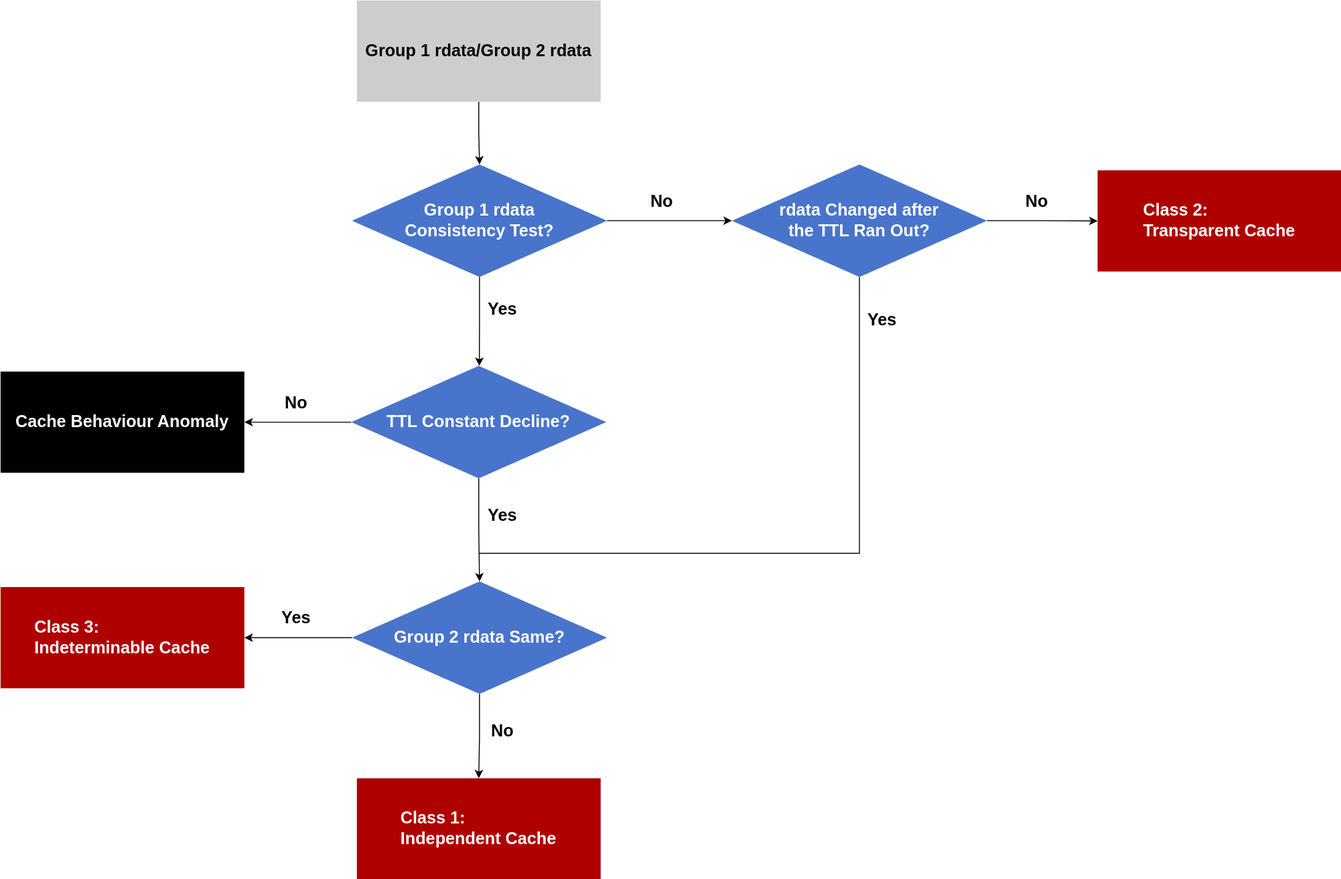
The draw.io diagram 流程图.svg in pythontha/Forwarder-cache, before a commit. Source tidied: cells renumbered, new cells last; positions are measured from the earlier drawing's top-left corner, leaving out a move shared by most shapes.
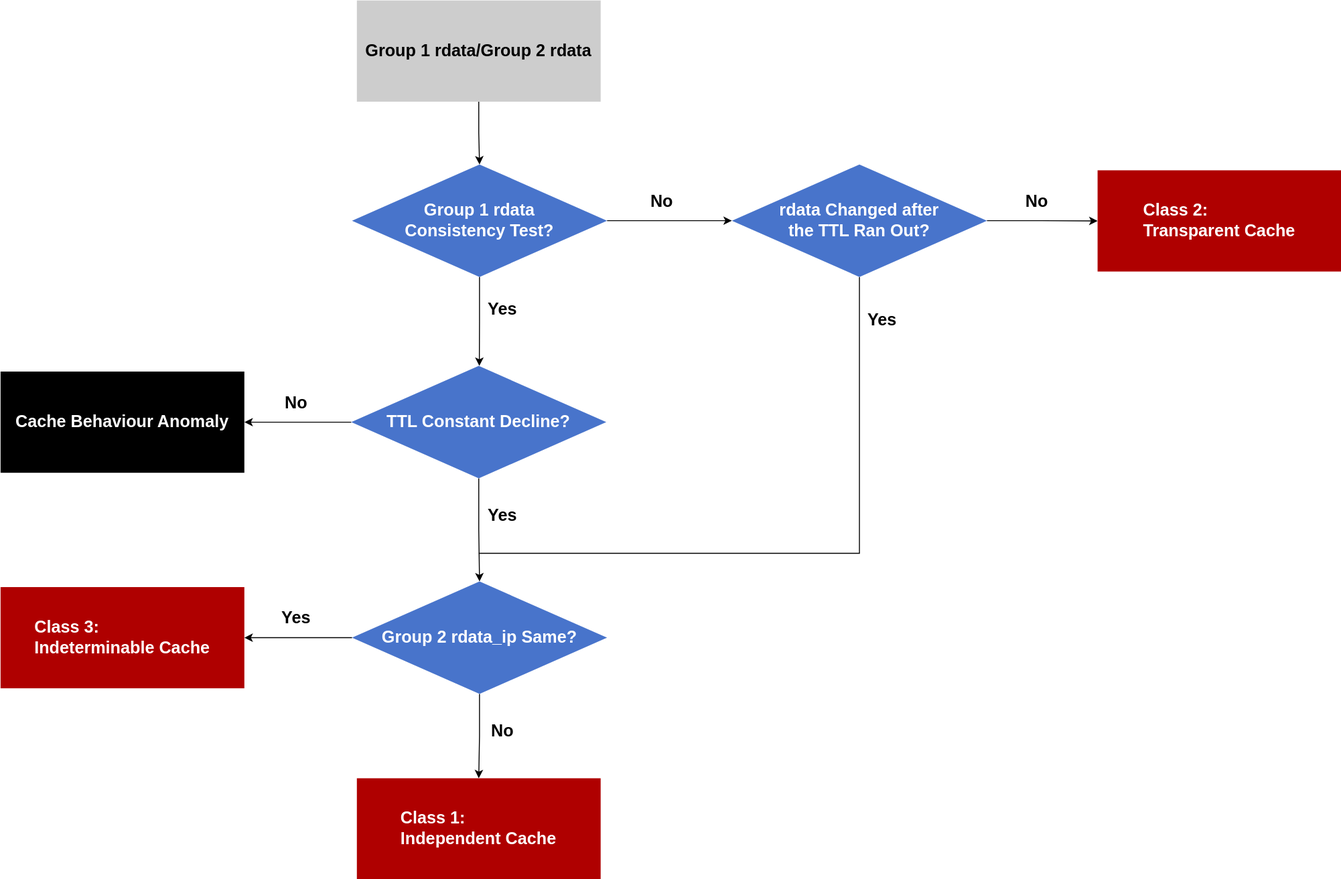
After the change.

Commit message:
更新流程图.svg

Change to the diagram source:
```diff
@@ -14,7 +14,7 @@
     <mxCell id="5" style="edgeStyle=orthogonalEdgeStyle;rounded=0;jettySize=auto;html=1;" parent="1" edge="1" source="6" target="24">
       <mxGeometry relative="1" as="geometry" />
     </mxCell>
-    <mxCell id="6" value="&lt;span style=&quot;font-size: 18px;&quot;&gt;&lt;b&gt;&lt;font style=&quot;color: light-dark(rgb(255, 255, 255), rgb(237, 237, 237));&quot;&gt;Group 2 rdata Same?&lt;/font&gt;&lt;/b&gt;&lt;/span&gt;" style="rhombus;whiteSpace=wrap;html=1;rounded=0;strokeColor=none;fillColor=light-dark(#4874cb, #ededed);" parent="1" vertex="1">
+    <mxCell id="6" value="&lt;span style=&quot;font-size: 18px;&quot;&gt;&lt;b&gt;&lt;font style=&quot;color: light-dark(rgb(255, 255, 255), rgb(237, 237, 237));&quot;&gt;Group 2 rdata_ip Same?&lt;/font&gt;&lt;/b&gt;&lt;/span&gt;" style="rhombus;whiteSpace=wrap;html=1;rounded=0;strokeColor=none;fillColor=light-dark(#4874cb, #ededed);" parent="1" vertex="1">
       <mxGeometry x="374.8" y="620" width="272" height="120" as="geometry" />
     </mxCell>
     <mxCell id="7" style="edgeStyle=orthogonalEdgeStyle;rounded=0;jettySize=auto;html=1;entryX=0;entryY=0.5;entryDx=0;entryDy=0;" parent="1" edge="1" source="9">
```
